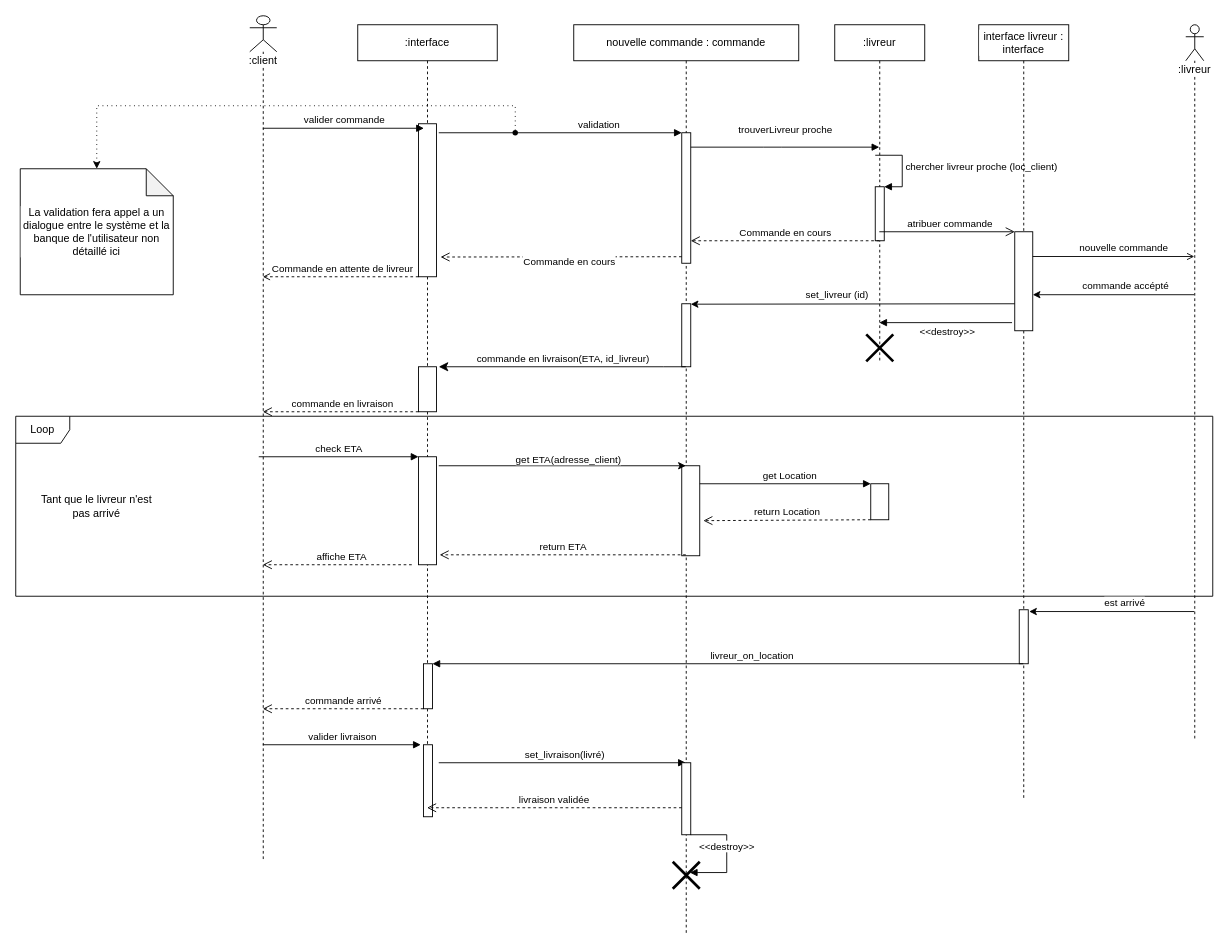
The draw.io diagram page "Livraison" (4 of 4) of sequence_diagrams.drawio in sebastien-deren/projet_4, before the edit. Source tidied: cells renumbered, new cells numbered last; positions are measured from the earlier drawing's top-left corner, leaving out a move shared by most shapes. Both pictures are drawn from the tidied source at 90%, with x=0, y=0 at pixel (15, 15).
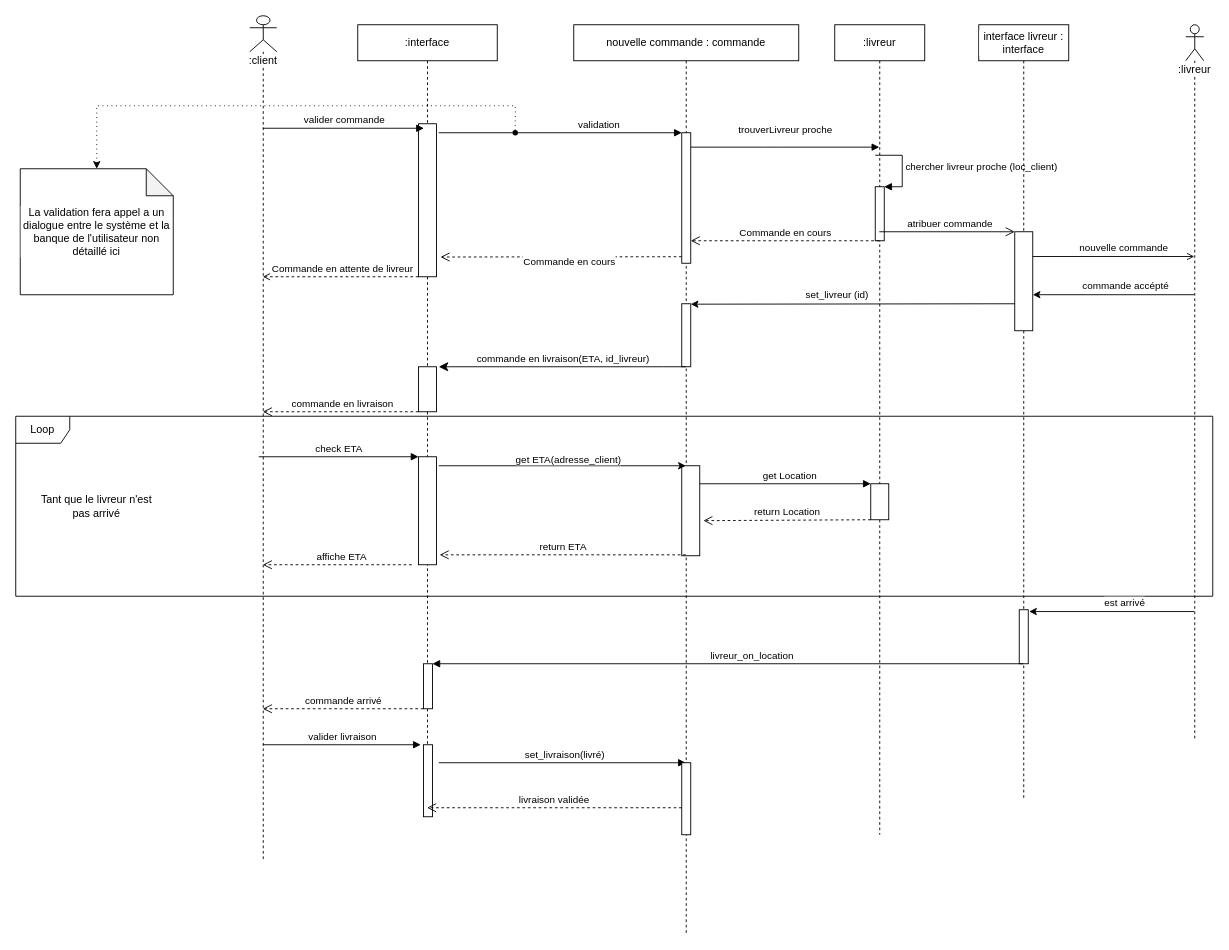
The same diagram, later.

The change refers to these unchanged cells:
```xml
<mxCell id="10" value="nouvelle commande : commande" style="shape=umlLifeline;perimeter=lifelinePerimeter;whiteSpace=wrap;html=1;outlineConnect=0;labelBackgroundColor=default;" parent="1" vertex="1">
  <mxGeometry x="620" y="10" width="250" height="1010" as="geometry" />
</mxCell>
<mxCell id="26" style="rounded=0;whiteSpace=wrap;html=1;labelBackgroundColor=default;" parent="25" vertex="1">
  <mxGeometry x="40" y="230" width="20" height="110" as="geometry" />
</mxCell>
```

What changed in the source:
```diff
@@
-    <mxCell id="17" style="shape=umlDestroy;whiteSpace=wrap;html=1;strokeWidth=3;labelBackgroundColor=default;" parent="10" vertex="1">
-      <mxGeometry x="110" y="930" width="30" height="30" as="geometry" />
-    </mxCell>
-    <mxCell id="18" value="&amp;lt;&amp;lt;destroy&amp;gt;&amp;gt;" style="html=1;verticalAlign=bottom;endArrow=block;rounded=0;entryX=0.633;entryY=0.4;entryDx=0;entryDy=0;entryPerimeter=0;edgeStyle=orthogonalEdgeStyle;" parent="10" edge="1" target="17">
-      <mxGeometry relative="1" as="geometry">
-        <mxPoint x="130" y="900" as="sourcePoint" />
-        <Array as="points">
-          <mxPoint x="170" y="900" />
-          <mxPoint x="170" y="942" />
-        </Array>
-      </mxGeometry>
-    </mxCell>
     <mxCell id="19" value=":livreur" style="shape=umlLifeline;perimeter=lifelinePerimeter;whiteSpace=wrap;html=1;outlineConnect=0;labelBackgroundColor=default;" parent="1" vertex="1">
-      <mxGeometry x="910" y="10" width="100" height="374" as="geometry" />
+      <mxGeometry x="910" y="10" width="100" height="900" as="geometry" />
     </mxCell>
@@
-    <mxCell id="23" style="shape=umlDestroy;whiteSpace=wrap;html=1;strokeWidth=3;labelBackgroundColor=default;" parent="19" vertex="1">
-      <mxGeometry x="35" y="344" width="30" height="30" as="geometry" />
-    </mxCell>
@@
-    <mxCell id="57" value="&amp;lt;&amp;lt;destroy&amp;gt;&amp;gt;" style="html=1;verticalAlign=bottom;endArrow=block;rounded=0;exitX=-0.15;exitY=0.918;exitDx=0;exitDy=0;exitPerimeter=0;" parent="1" edge="1" source="26" target="19">
-      <mxGeometry x="-0.02" y="19" relative="1" as="geometry" />
-    </mxCell>
```
